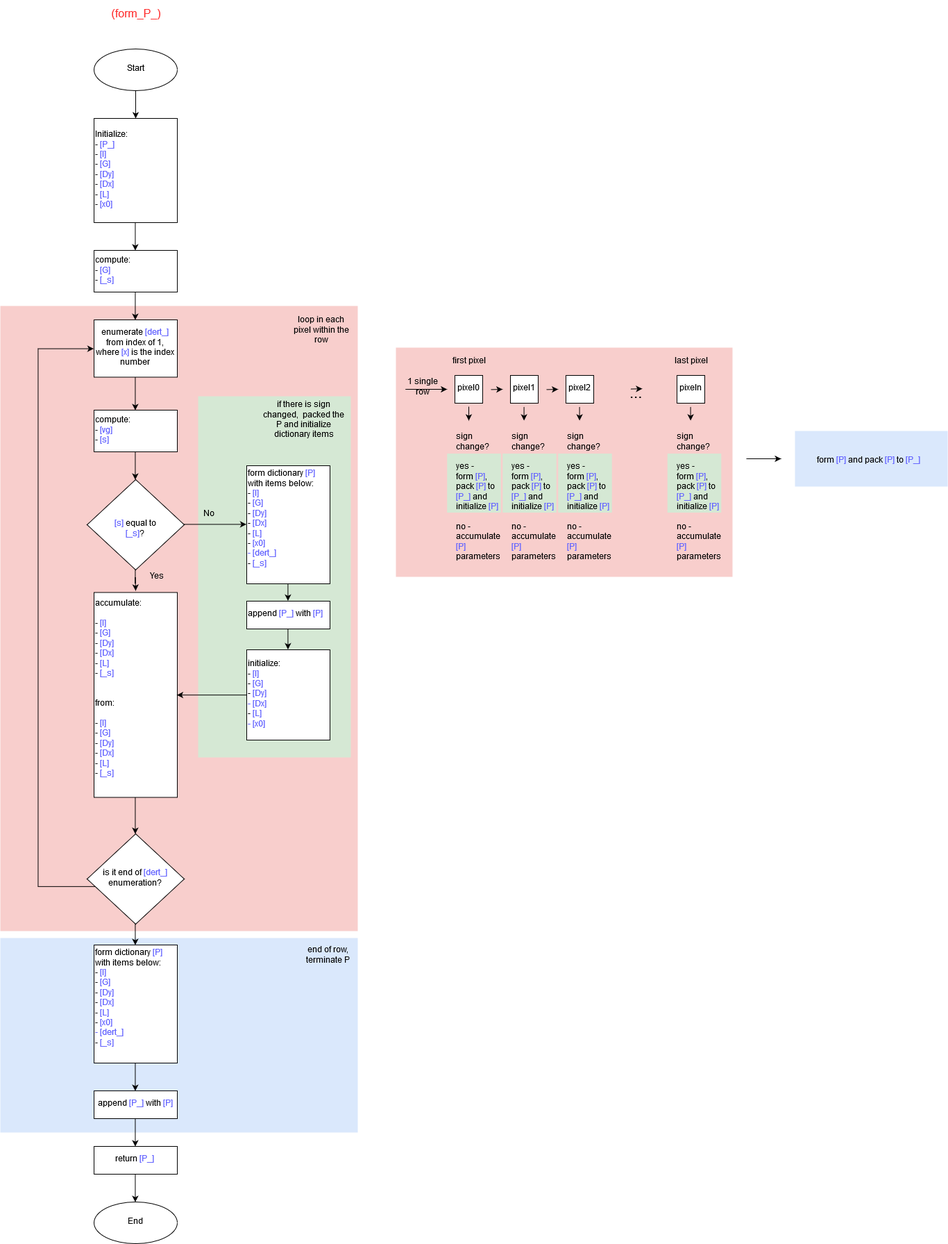
The draw.io diagram frame_2D_alg/frame_blob_form_P_.png in boris-kz/CogAlg, before a commit. Source tidied: cells renumbered, new cells last; positions are measured from the earlier drawing's top-left corner, leaving out a move shared by most shapes.
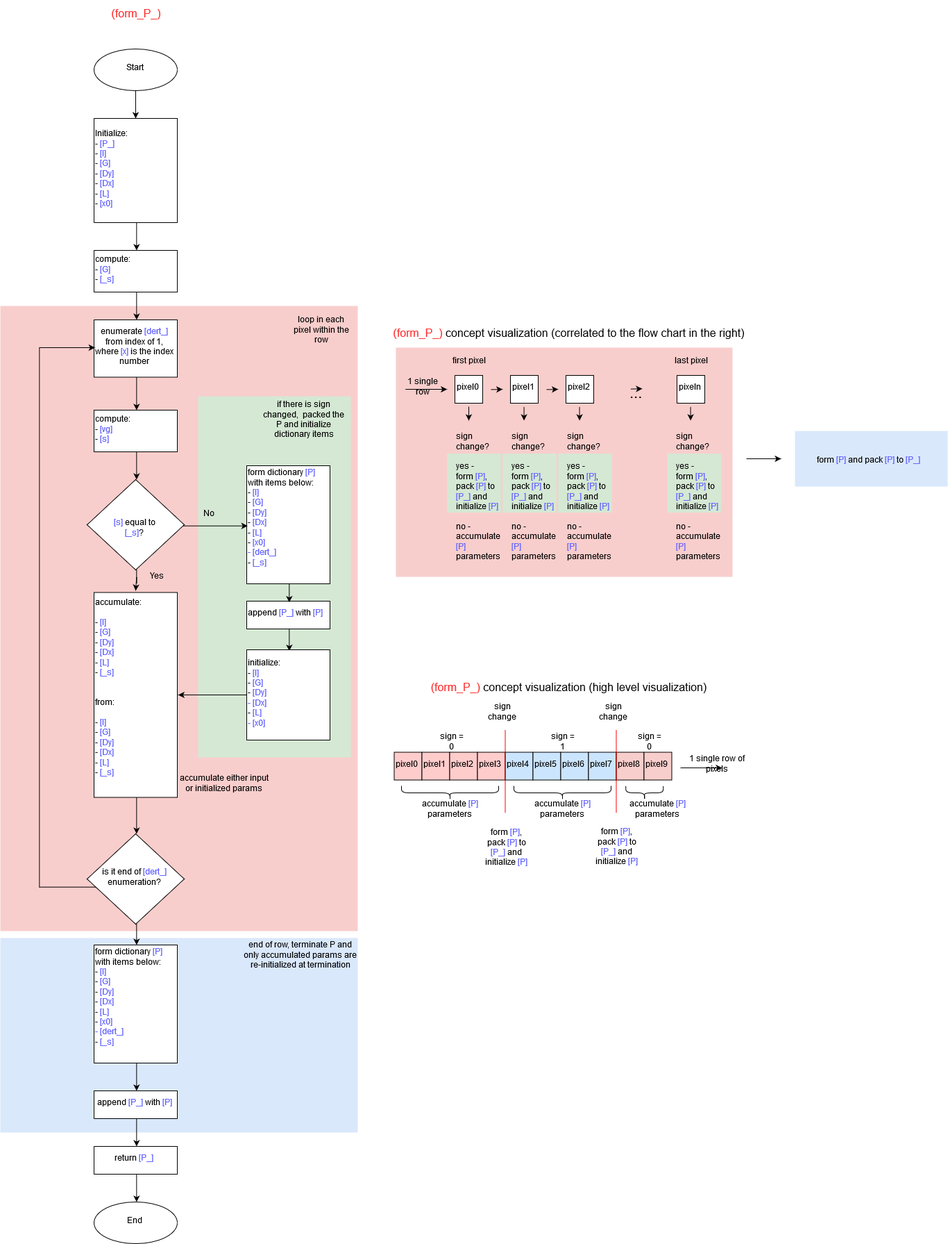
After the commit.

What changed in the source:
```diff
@@ -230,8 +230,8 @@
         <mxPoint x="1125" y="660" as="targetPoint" />
       </mxGeometry>
     </mxCell>
-    <mxCell id="66" value="end of row, terminate P " style="text;html=1;strokeColor=none;fillColor=none;align=center;verticalAlign=middle;whiteSpace=wrap;rounded=0;" parent="1" vertex="1">
-      <mxGeometry x="430" y="1350" width="85" height="50" as="geometry" />
+    <mxCell id="66" value="end of row, terminate P and only accumulated params are re-initialized at termination " style="text;html=1;strokeColor=none;fillColor=none;align=center;verticalAlign=middle;whiteSpace=wrap;rounded=0;" parent="1" vertex="1">
+      <mxGeometry x="350" y="1350" width="165" height="50" as="geometry" />
     </mxCell>
     <mxCell id="67" value="&lt;div&gt;sign change?&lt;/div&gt;&lt;div&gt;&lt;br&gt;&lt;/div&gt;&lt;div&gt;yes - &lt;br&gt;&lt;/div&gt;&lt;div&gt;form &lt;font color=&quot;#6666FF&quot;&gt;[P]&lt;/font&gt;, pack &lt;font color=&quot;#6666FF&quot;&gt;[P]&lt;/font&gt; to &lt;font color=&quot;#6666FF&quot;&gt;[P_]&lt;/font&gt; and initialize &lt;font color=&quot;#6666FF&quot;&gt;[P]&lt;/font&gt;&lt;/div&gt;&lt;div&gt;&lt;br&gt;&lt;/div&gt;&lt;div&gt;no - accumulate &lt;font color=&quot;#6666FF&quot;&gt;[P]&lt;/font&gt; parameters&lt;br&gt;&lt;/div&gt;" style="text;html=1;strokeColor=none;fillColor=none;align=left;verticalAlign=middle;whiteSpace=wrap;rounded=0;" parent="1" vertex="1">
       <mxGeometry x="735" y="605" width="55" height="220" as="geometry" />
@@ -242,5 +242,104 @@
     <mxCell id="69" value="&lt;div&gt;sign change?&lt;/div&gt;&lt;div&gt;&lt;br&gt;&lt;/div&gt;&lt;div&gt;yes - &lt;br&gt;&lt;/div&gt;&lt;div&gt;form &lt;font color=&quot;#6666FF&quot;&gt;[P]&lt;/font&gt;, pack &lt;font color=&quot;#6666FF&quot;&gt;[P]&lt;/font&gt; to &lt;font color=&quot;#6666FF&quot;&gt;[P_]&lt;/font&gt; and initialize &lt;font color=&quot;#6666FF&quot;&gt;[P]&lt;/font&gt;&lt;/div&gt;&lt;div&gt;&lt;br&gt;&lt;/div&gt;&lt;div&gt;no - accumulate &lt;font color=&quot;#6666FF&quot;&gt;[P]&lt;/font&gt; parameters&lt;br&gt;&lt;/div&gt;" style="text;html=1;strokeColor=none;fillColor=none;align=left;verticalAlign=middle;whiteSpace=wrap;rounded=0;" parent="1" vertex="1">
       <mxGeometry x="972.5" y="605" width="55" height="220" as="geometry" />
     </mxCell>
+    <mxCell id="70" value="accumulate either input or initialized params" style="text;html=1;strokeColor=none;fillColor=none;align=center;verticalAlign=middle;whiteSpace=wrap;rounded=0;" parent="1" vertex="1">
+      <mxGeometry x="255" y="1098" width="135" height="60" as="geometry" />
+    </mxCell>
+    <mxCell id="71" value="pixel0" style="rounded=0;whiteSpace=wrap;html=1;fillColor=#FFCCCC;" parent="1" vertex="1">
+      <mxGeometry x="567.5" y="1082.5" width="40" height="40" as="geometry" />
+    </mxCell>
+    <mxCell id="72" value="pixel1" style="rounded=0;whiteSpace=wrap;html=1;fillColor=#FFCCCC;" parent="1" vertex="1">
+      <mxGeometry x="607.5" y="1082.5" width="40" height="40" as="geometry" />
+    </mxCell>
+    <mxCell id="73" value="pixel2" style="rounded=0;whiteSpace=wrap;html=1;fillColor=#FFCCCC;" parent="1" vertex="1">
+      <mxGeometry x="647.5" y="1082.5" width="40" height="40" as="geometry" />
+    </mxCell>
+    <mxCell id="74" value="pixel3" style="rounded=0;whiteSpace=wrap;html=1;fillColor=#FFCCCC;" parent="1" vertex="1">
+      <mxGeometry x="687.5" y="1082.5" width="40" height="40" as="geometry" />
+    </mxCell>
+    <mxCell id="75" value="pixel4" style="rounded=0;whiteSpace=wrap;html=1;fillColor=#CCE5FF;" parent="1" vertex="1">
+      <mxGeometry x="727.5" y="1082.5" width="40" height="40" as="geometry" />
+    </mxCell>
+    <mxCell id="76" value="pixel5" style="rounded=0;whiteSpace=wrap;html=1;fillColor=#CCE5FF;" parent="1" vertex="1">
+      <mxGeometry x="767.5" y="1082.5" width="40" height="40" as="geometry" />
+    </mxCell>
+    <mxCell id="77" value="pixel6" style="rounded=0;whiteSpace=wrap;html=1;fillColor=#CCE5FF;" parent="1" vertex="1">
+      <mxGeometry x="807.5" y="1082.5" width="40" height="40" as="geometry" />
+    </mxCell>
+    <mxCell id="78" value="pixel7" style="rounded=0;whiteSpace=wrap;html=1;fillColor=#CCE5FF;" parent="1" vertex="1">
+      <mxGeometry x="847.5" y="1082.5" width="40" height="40" as="geometry" />
+    </mxCell>
+    <mxCell id="79" value="pixel8" style="rounded=0;whiteSpace=wrap;html=1;fillColor=#f8cecc;strokeColor=#000000;" parent="1" vertex="1">
+      <mxGeometry x="887.5" y="1082.5" width="40" height="40" as="geometry" />
+    </mxCell>
+    <mxCell id="80" value="pixel9" style="rounded=0;whiteSpace=wrap;html=1;fillColor=#f8cecc;strokeColor=#000000;" parent="1" vertex="1">
+      <mxGeometry x="927.5" y="1082.5" width="40" height="40" as="geometry" />
+    </mxCell>
+    <mxCell id="81" style="endArrow=none;html=1;strokeColor=#FF0000;" parent="1" edge="1">
+      <mxGeometry relative="1" as="geometry">
+        <mxPoint x="727.5" y="1170" as="sourcePoint" />
+        <mxPoint x="727.5" y="1050" as="targetPoint" />
+      </mxGeometry>
+    </mxCell>
+    <mxCell id="82" style="endArrow=none;html=1;strokeColor=#FF0000;" parent="1" edge="1">
+      <mxGeometry relative="1" as="geometry">
+        <mxPoint x="887.5" y="1170" as="sourcePoint" />
+        <mxPoint x="887.5" y="1050" as="targetPoint" />
+      </mxGeometry>
+    </mxCell>
+    <mxCell id="83" value="sign change" style="text;html=1;strokeColor=none;fillColor=none;align=center;verticalAlign=middle;whiteSpace=wrap;rounded=0;" parent="1" vertex="1">
+      <mxGeometry x="702.5" y="1015" width="40" height="20" as="geometry" />
+    </mxCell>
+    <mxCell id="84" value="sign change" style="text;html=1;strokeColor=none;fillColor=none;align=center;verticalAlign=middle;whiteSpace=wrap;rounded=0;" parent="1" vertex="1">
+      <mxGeometry x="862.5" y="1015" width="40" height="20" as="geometry" />
+    </mxCell>
+    <mxCell id="85" value="form &lt;font color=&quot;#6666FF&quot;&gt;[P]&lt;/font&gt;, pack &lt;font color=&quot;#6666FF&quot;&gt;[P]&lt;/font&gt; to &lt;font color=&quot;#6666FF&quot;&gt;[P_]&lt;/font&gt; and initialize &lt;font color=&quot;#6666FF&quot;&gt;[P]&lt;/font&gt;" style="text;html=1;strokeColor=none;fillColor=none;align=center;verticalAlign=middle;whiteSpace=wrap;rounded=0;" parent="1" vertex="1">
+      <mxGeometry x="695.9" y="1188.5" width="67" height="64" as="geometry" />
+    </mxCell>
+    <mxCell id="86" value="form &lt;font color=&quot;#6666FF&quot;&gt;[P]&lt;/font&gt;, pack &lt;font color=&quot;#6666FF&quot;&gt;[P]&lt;/font&gt; to &lt;font color=&quot;#6666FF&quot;&gt;[P_]&lt;/font&gt; and initialize &lt;font color=&quot;#6666FF&quot;&gt;[P]&lt;/font&gt;" style="text;html=1;strokeColor=none;fillColor=none;align=center;verticalAlign=middle;whiteSpace=wrap;rounded=0;" parent="1" vertex="1">
+      <mxGeometry x="855" y="1188.5" width="67" height="62.5" as="geometry" />
+    </mxCell>
+    <mxCell id="87" value="&lt;font style=&quot;font-size: 16px&quot; color=&quot;#FF3333&quot;&gt;(form_P_) &lt;font color=&quot;#000000&quot;&gt;concept visualization (correlated to the flow chart in the right)&lt;/font&gt; &lt;br&gt;&lt;/font&gt;" style="text;html=1;strokeColor=none;fillColor=none;align=center;verticalAlign=middle;whiteSpace=wrap;rounded=0;" parent="1" vertex="1">
+      <mxGeometry x="559.3" y="470" width="520" height="20" as="geometry" />
+    </mxCell>
+    <mxCell id="88" value="&lt;font style=&quot;font-size: 16px&quot; color=&quot;#FF3333&quot;&gt;(form_P_) &lt;font color=&quot;#000000&quot;&gt;concept visualization (high level visualization)&lt;/font&gt; &lt;br&gt;&lt;/font&gt;" style="text;html=1;strokeColor=none;fillColor=none;align=center;verticalAlign=middle;whiteSpace=wrap;rounded=0;" parent="1" vertex="1">
+      <mxGeometry x="559.3" y="980" width="520" height="20" as="geometry" />
+    </mxCell>
+    <mxCell id="89" style="shape=curlyBracket;whiteSpace=wrap;html=1;rounded=1;fillColor=#FFFFCC;rotation=-90;" parent="1" vertex="1">
+      <mxGeometry x="638" y="1071" width="20" height="140" as="geometry" />
+    </mxCell>
+    <mxCell id="90" style="shape=curlyBracket;whiteSpace=wrap;html=1;rounded=1;fillColor=#FFFFCC;rotation=-90;" parent="1" vertex="1">
+      <mxGeometry x="800" y="1071" width="20" height="140" as="geometry" />
+    </mxCell>
+    <mxCell id="91" style="shape=curlyBracket;whiteSpace=wrap;html=1;rounded=1;fillColor=#FFFFCC;rotation=-90;" parent="1" vertex="1">
+      <mxGeometry x="918.2" y="1114" width="20" height="54" as="geometry" />
+    </mxCell>
+    <mxCell id="92" style="endArrow=classic;html=1;strokeColor=#000000;" parent="1" edge="1">
+      <mxGeometry relative="1" as="geometry">
+        <mxPoint x="980" y="1105" as="sourcePoint" />
+        <mxPoint x="1040" y="1105" as="targetPoint" />
+      </mxGeometry>
+    </mxCell>
+    <mxCell id="93" value="1 single row of pixels" style="text;html=1;strokeColor=none;fillColor=none;align=center;verticalAlign=middle;whiteSpace=wrap;rounded=0;" parent="1" vertex="1">
+      <mxGeometry x="967.5" y="1082.5" width="130" height="20" as="geometry" />
+    </mxCell>
+    <mxCell id="94" value="accumulate &lt;font color=&quot;#6666FF&quot;&gt;[P]&lt;/font&gt; parameters" style="text;html=1;strokeColor=none;fillColor=none;align=center;verticalAlign=middle;whiteSpace=wrap;rounded=0;" parent="1" vertex="1">
+      <mxGeometry x="762.9" y="1155" width="94.3" height="20" as="geometry" />
+    </mxCell>
+    <mxCell id="95" value="accumulate &lt;font color=&quot;#6666FF&quot;&gt;[P]&lt;/font&gt; parameters" style="text;html=1;strokeColor=none;fillColor=none;align=center;verticalAlign=middle;whiteSpace=wrap;rounded=0;" parent="1" vertex="1">
+      <mxGeometry x="600.7" y="1155" width="94.3" height="20" as="geometry" />
+    </mxCell>
+    <mxCell id="96" value="accumulate &lt;font color=&quot;#6666FF&quot;&gt;[P]&lt;/font&gt; parameters" style="text;html=1;strokeColor=none;fillColor=none;align=center;verticalAlign=middle;whiteSpace=wrap;rounded=0;" parent="1" vertex="1">
+      <mxGeometry x="900.4" y="1155" width="94.3" height="20" as="geometry" />
+    </mxCell>
+    <mxCell id="97" value="sign = 0" style="text;html=1;strokeColor=none;fillColor=none;align=center;verticalAlign=middle;whiteSpace=wrap;rounded=0;" parent="1" vertex="1">
+      <mxGeometry x="611.5" y="1051" width="76" height="20" as="geometry" />
+    </mxCell>
+    <mxCell id="98" value="sign = 1" style="text;html=1;strokeColor=none;fillColor=none;align=center;verticalAlign=middle;whiteSpace=wrap;rounded=0;" parent="1" vertex="1">
+      <mxGeometry x="772" y="1051" width="76" height="20" as="geometry" />
+    </mxCell>
+    <mxCell id="99" value="sign = 0" style="text;html=1;strokeColor=none;fillColor=none;align=center;verticalAlign=middle;whiteSpace=wrap;rounded=0;" parent="1" vertex="1">
+      <mxGeometry x="896.5" y="1051" width="76" height="20" as="geometry" />
+    </mxCell>
   </root>
 </mxGraphModel>
```
